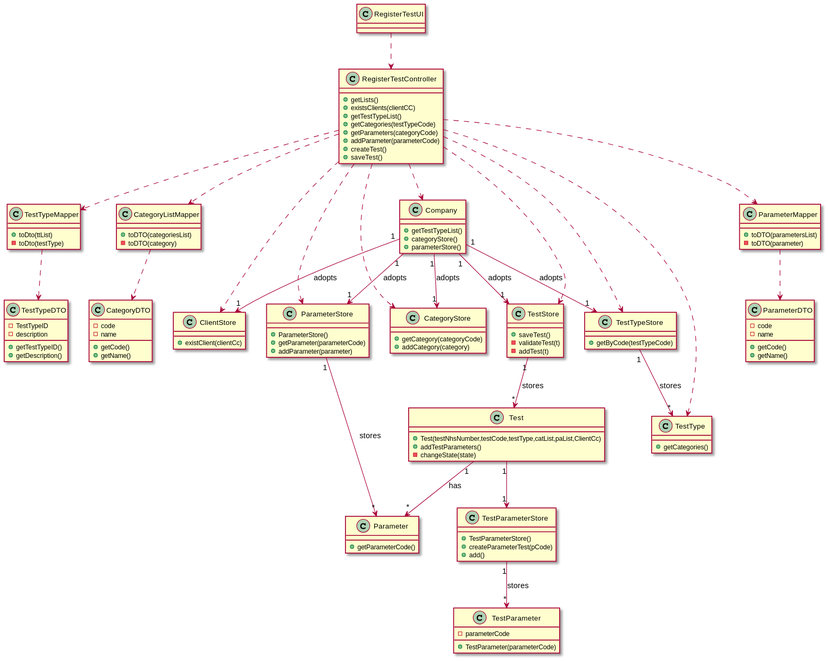
MarianaCLages/LAPR2 keeps this PlantUML diagram as docs/SprintC/US04/US4_CD.svg. Above is the earlier version.
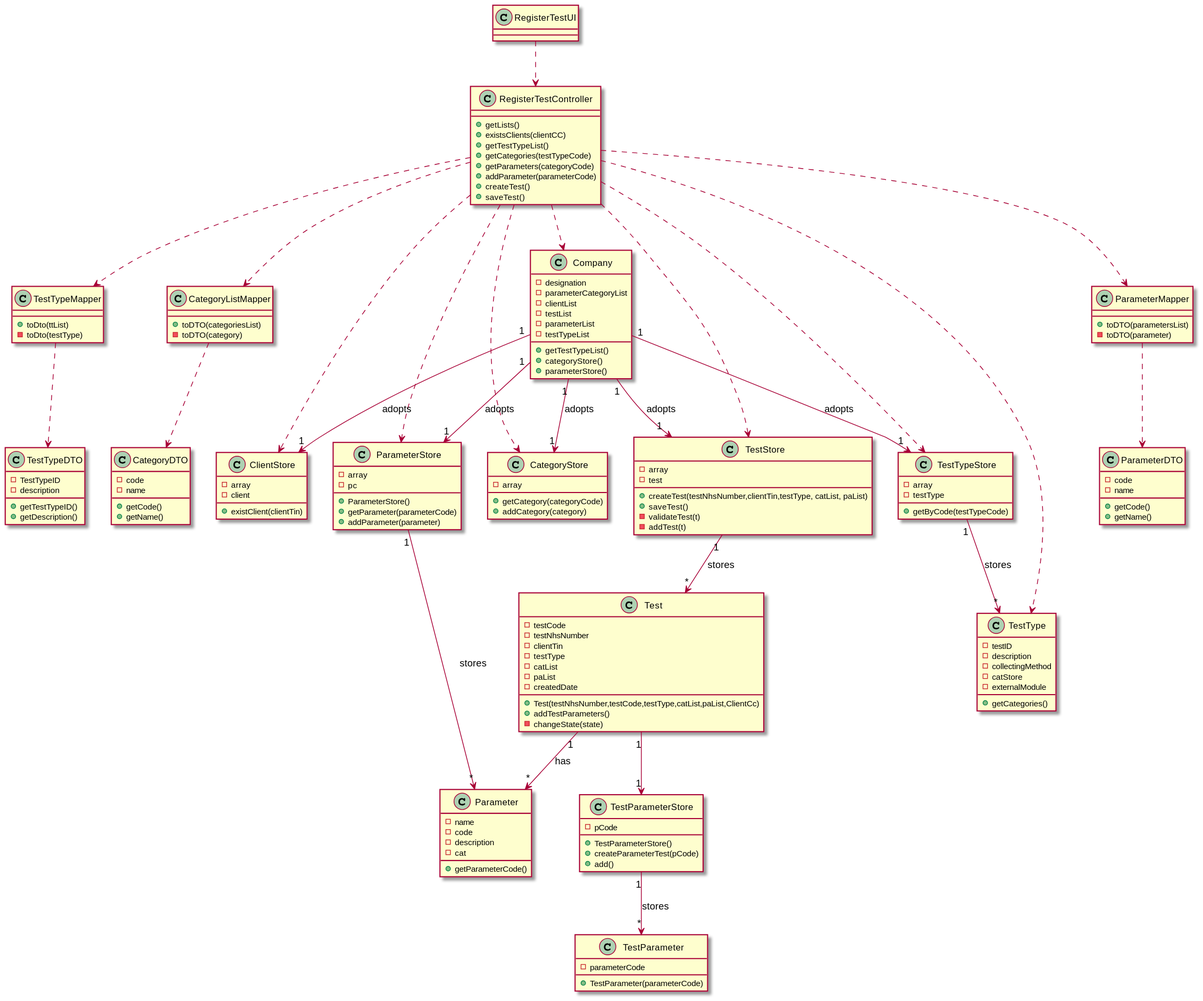
After the change.

Diff of the diagram source:
```diff
@@ -1,22 +1,32 @@
 @startuml
 
 class ClientStore{
-+existClient(clientCc)
+-array
+-client
++existClient(clientTin)
 }
 class TestStore{
+- array
+- test
++createTest(testNhsNumber,clientTin,testType, catList, paList)
 +saveTest()
 -validateTest(t)
 -addTest(t)
 }
 class TestTypeStore{
+-array
+-testType
 +getByCode(testTypeCode)
 }
 class ParameterStore{
+-array
+-pc
 +ParameterStore()
 +getParameter(parameterCode)
 +addParameter(parameter)
 }
 class CategoryStore{
+-array
 +getCategory(categoryCode)
 +addCategory(category)
 }
@@ -54,6 +64,12 @@
 }
 
 class Company{
+-designation
+-parameterCategoryList
+-clientList
+-testList
+-parameterList
+-testTypeList
 +getTestTypeList()
 +categoryStore()
 +parameterStore()
@@ -72,15 +88,28 @@
 }
 
 class TestType{
+-testID
+-description
+-collectingMethod
+-catStore
+-externalModule
 +getCategories()
 }
 
 class Test{
+-testCode
+-testNhsNumber
+-clientTin
+-testType
+-catList
+-paList
+-createdDate
 +Test(testNhsNumber,testCode,testType,catList,paList,ClientCc)
 +addTestParameters()
 -changeState(state)
 }
 class TestParameterStore{
+-pCode
 +TestParameterStore()
 +createParameterTest(pCode)
 +add()
@@ -91,6 +120,10 @@
 }
 
 class Parameter{
+-name
+-code
+-description
+-cat
 +getParameterCode()
 }
 
```
